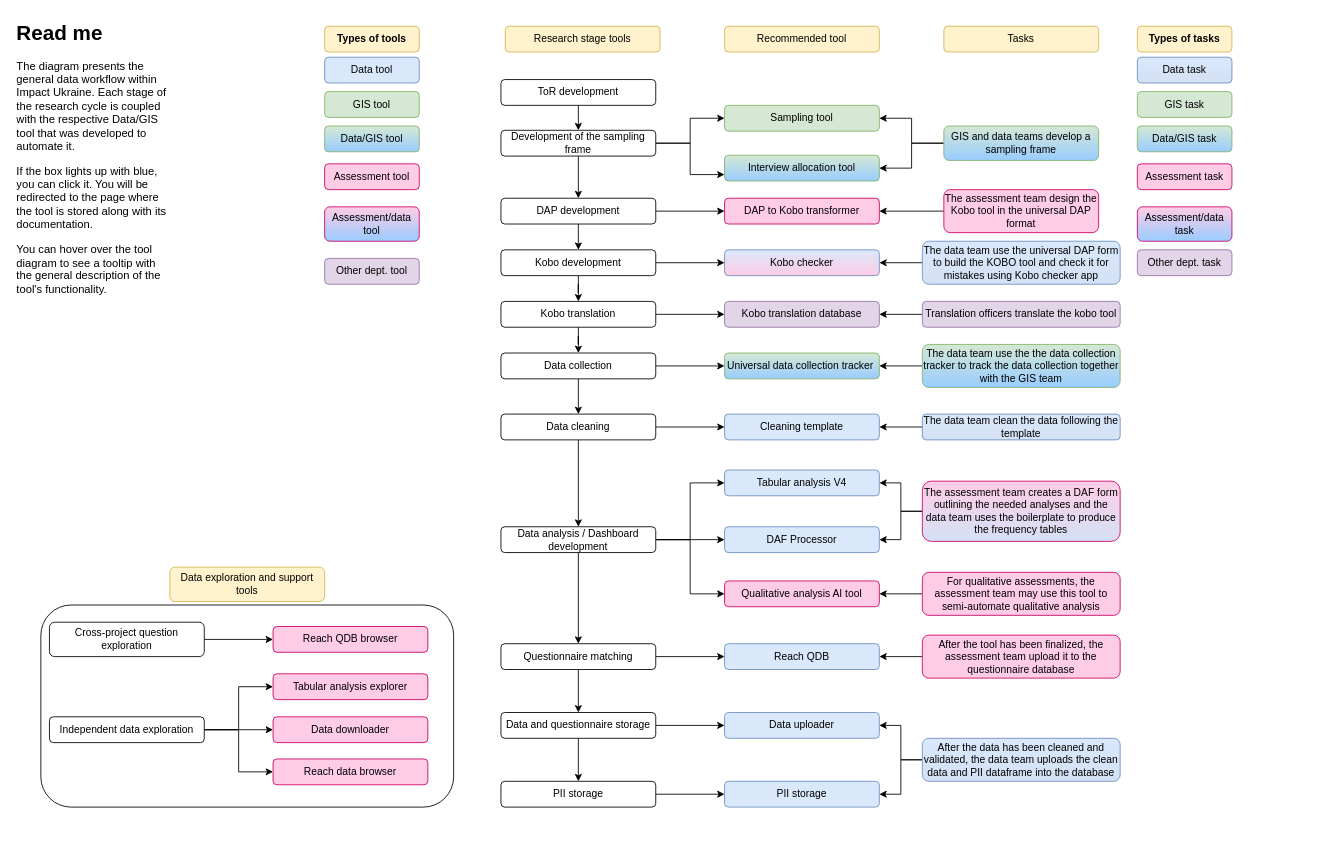
The draw.io diagram Untitled Diagram.drawio in Nestor-Ch/Data_processing_pipeline, before the edit. Source tidied: cells renumbered, new cells numbered last; positions are measured from the earlier drawing's top-left corner, leaving out a move shared by most shapes. Both pictures are drawn from the tidied source at 86%, with x=0, y=0 at pixel (15, 15).
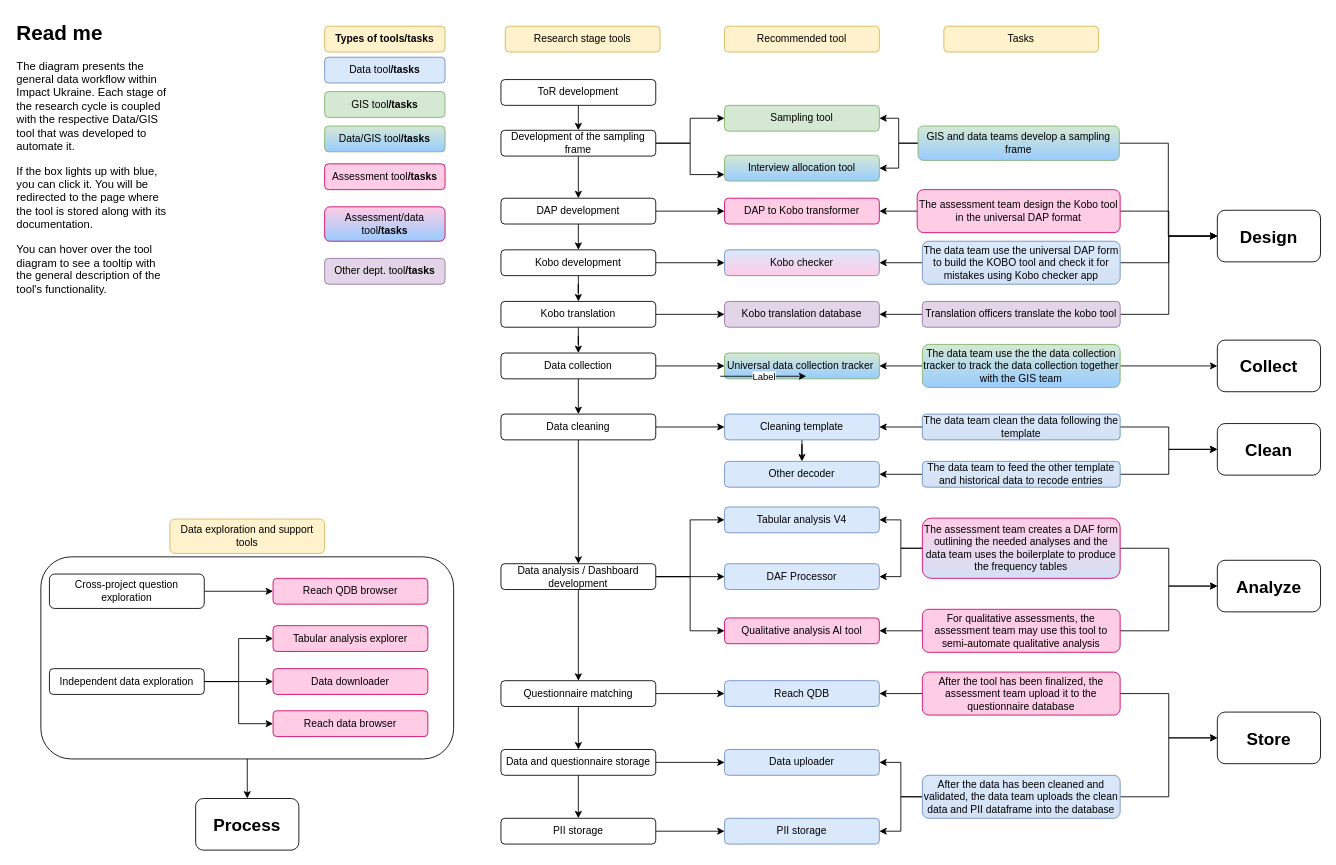
The same diagram, later.

The change refers to these unchanged cells:
```xml
<mxCell id="24" value="Cleaning template" style="rounded=1;whiteSpace=wrap;html=1;fillColor=#dae8fc;strokeColor=#6c8ebf;" parent="1" vertex="1">
  <mxGeometry x="825" y="464" width="180" height="30" as="geometry" />
</mxCell>
<mxCell id="64" value="The data team use the universal DAP form to build the KOBO tool and check it for mistakes using Kobo checker app" style="rounded=1;whiteSpace=wrap;html=1;fillColor=#dae8fc;strokeColor=#6c8ebf;gradientColor=#D4E1F5;" parent="1" vertex="1">
  <mxGeometry x="1055" y="263" width="230" height="50" as="geometry" />
</mxCell>
<mxCell id="66" value="The data team use the the data collection tracker to track the data collection together with the GIS team" style="rounded=1;whiteSpace=wrap;html=1;fillColor=#d5e8d4;strokeColor=#82b366;gradientColor=#99CCFF;" parent="1" vertex="1">
  <mxGeometry x="1055" y="383" width="230" height="50" as="geometry" />
</mxCell>
<mxCell id="68" value="The data team clean the data following the template" style="rounded=1;whiteSpace=wrap;html=1;fillColor=#dae8fc;strokeColor=#6c8ebf;gradientColor=#D4E1F5;" parent="1" vertex="1">
  <mxGeometry x="1055" y="464" width="230" height="30" as="geometry" />
</mxCell>
<mxCell id="97" value="Translation officers translate the kobo tool" style="rounded=1;whiteSpace=wrap;html=1;fillColor=#e1d5e7;strokeColor=#9673a6;" parent="1" vertex="1">
  <mxGeometry x="1055" y="333" width="230" height="30" as="geometry" />
</mxCell>
```

What changed in the source:
```diff
@@
+    <mxCell id="102" style="edgeStyle=orthogonalEdgeStyle;rounded=0;jettySize=auto;html=1;entryX=0.5;entryY=0;entryDx=0;entryDy=0;" parent="1" edge="1" source="2" target="125">
+      <mxGeometry relative="1" as="geometry" />
+    </mxCell>
     <mxCell id="2" style="rounded=1;whiteSpace=wrap;html=1;fillColor=none;" parent="1" vertex="1">
-      <mxGeometry x="30" y="686" width="480" height="235" as="geometry" />
+      <mxGeometry x="30" y="630" width="480" height="235" as="geometry" />
     </mxCell>
@@
-    <mxCell id="6" value="Data/GIS tool" style="rounded=1;whiteSpace=wrap;html=1;fillColor=#d5e8d4;strokeColor=#82b366;gradientColor=#99CCFF;" parent="1" vertex="1">
-      <mxGeometry x="360" y="129" width="110" height="30" as="geometry" />
+    <mxCell id="6" value="Data/GIS tool&lt;b&gt;/tasks&lt;/b&gt;" style="rounded=1;whiteSpace=wrap;html=1;fillColor=#d5e8d4;strokeColor=#82b366;gradientColor=#99CCFF;" parent="1" vertex="1">
+      <mxGeometry x="360" y="129" width="140" height="30" as="geometry" />
     </mxCell>
-    <mxCell id="7" value="Data tool" style="rounded=1;whiteSpace=wrap;html=1;fillColor=#dae8fc;strokeColor=#6c8ebf;" parent="1" vertex="1">
-      <mxGeometry x="360" y="49" width="110" height="30" as="geometry" />
+    <mxCell id="7" value="Data tool&lt;b&gt;/tasks&lt;/b&gt;" style="rounded=1;whiteSpace=wrap;html=1;fillColor=#dae8fc;strokeColor=#6c8ebf;" parent="1" vertex="1">
+      <mxGeometry x="360" y="49" width="140" height="30" as="geometry" />
     </mxCell>
-    <mxCell id="8" value="GIS tool" style="rounded=1;whiteSpace=wrap;html=1;fillColor=#d5e8d4;strokeColor=#82b366;" parent="1" vertex="1">
-      <mxGeometry x="360" y="89" width="110" height="30" as="geometry" />
+    <mxCell id="8" value="GIS tool&lt;b&gt;/tasks&lt;/b&gt;" style="rounded=1;whiteSpace=wrap;html=1;fillColor=#d5e8d4;strokeColor=#82b366;" parent="1" vertex="1">
+      <mxGeometry x="360" y="89" width="140" height="30" as="geometry" />
     </mxCell>
@@
+    <mxCell id="103" style="edgeStyle=orthogonalEdgeStyle;rounded=0;jettySize=auto;html=1;" parent="1" edge="1" source="24" target="114">
+      <mxGeometry relative="1" as="geometry" />
+    </mxCell>
@@
     <mxCell id="29" value="Data analysis / Dashboard development" style="rounded=1;whiteSpace=wrap;html=1;" parent="1" vertex="1">
-      <mxGeometry x="565" y="595" width="180" height="30" as="geometry" />
+      <mxGeometry x="565" y="638" width="180" height="30" as="geometry" />
     </mxCell>
@@
     <mxCell id="37" value="Tabular analysis V4" style="rounded=1;whiteSpace=wrap;html=1;fillColor=#dae8fc;strokeColor=#6c8ebf;" parent="1" vertex="1">
-      <mxGeometry x="825" y="529" width="180" height="30" as="geometry" />
+      <mxGeometry x="825" y="572" width="180" height="30" as="geometry" />
     </mxCell>
@@
     <mxCell id="40" value="Questionnaire matching" style="rounded=1;whiteSpace=wrap;html=1;" parent="1" vertex="1">
-      <mxGeometry x="565" y="731" width="180" height="30" as="geometry" />
+      <mxGeometry x="565" y="774" width="180" height="30" as="geometry" />
     </mxCell>
     <mxCell id="41" value="Reach QDB" style="rounded=1;whiteSpace=wrap;html=1;fillColor=#dae8fc;strokeColor=#6c8ebf;" parent="1" vertex="1">
-      <mxGeometry x="825" y="731" width="180" height="30" as="geometry" />
+      <mxGeometry x="825" y="774" width="180" height="30" as="geometry" />
     </mxCell>
@@
     <mxCell id="44" value="Data and questionnaire storage" style="rounded=1;whiteSpace=wrap;html=1;" parent="1" vertex="1">
-      <mxGeometry x="565" y="811" width="180" height="30" as="geometry" />
+      <mxGeometry x="565" y="854" width="180" height="30" as="geometry" />
     </mxCell>
     <mxCell id="45" value="Data uploader" style="rounded=1;whiteSpace=wrap;html=1;fillColor=#dae8fc;strokeColor=#6c8ebf;" parent="1" vertex="1">
-      <mxGeometry x="825" y="811" width="180" height="30" as="geometry" />
+      <mxGeometry x="825" y="854" width="180" height="30" as="geometry" />
     </mxCell>
@@
     <mxCell id="47" value="PII storage" style="rounded=1;whiteSpace=wrap;html=1;" parent="1" vertex="1">
-      <mxGeometry x="565" y="891" width="180" height="30" as="geometry" />
+      <mxGeometry x="565" y="934" width="180" height="30" as="geometry" />
     </mxCell>
     <mxCell id="48" value="PII storage" style="rounded=1;whiteSpace=wrap;html=1;fillColor=#dae8fc;strokeColor=#6c8ebf;" parent="1" vertex="1">
-      <mxGeometry x="825" y="891" width="180" height="30" as="geometry" />
+      <mxGeometry x="825" y="934" width="180" height="30" as="geometry" />
     </mxCell>
-    <mxCell id="49" value="&lt;b&gt;Types of tools&lt;/b&gt;" style="text;html=1;align=center;verticalAlign=middle;whiteSpace=wrap;rounded=1;strokeColor=#d6b656;fillColor=#fff2cc;" parent="1" vertex="1">
-      <mxGeometry x="360" y="13" width="110" height="30" as="geometry" />
+    <mxCell id="49" value="&lt;b&gt;Types of tools/tasks&lt;/b&gt;" style="text;html=1;align=center;verticalAlign=middle;whiteSpace=wrap;rounded=1;strokeColor=#d6b656;fillColor=#fff2cc;" parent="1" vertex="1">
+      <mxGeometry x="360" y="13" width="140" height="30" as="geometry" />
     </mxCell>
@@
-    <mxCell id="52" value="Assessment tool" style="rounded=1;whiteSpace=wrap;html=1;fillColor=#FFCCE6;strokeColor=#CC0066;" parent="1" vertex="1">
-      <mxGeometry x="360" y="173" width="110" height="30" as="geometry" />
+    <mxCell id="52" value="Assessment tool&lt;b&gt;/tasks&lt;/b&gt;" style="rounded=1;whiteSpace=wrap;html=1;fillColor=#FFCCE6;strokeColor=#CC0066;" parent="1" vertex="1">
+      <mxGeometry x="360" y="173" width="140" height="30" as="geometry" />
     </mxCell>
@@
+    <mxCell id="104" style="edgeStyle=orthogonalEdgeStyle;rounded=0;jettySize=auto;html=1;entryX=0;entryY=0.5;entryDx=0;entryDy=0;" parent="1" edge="1" source="55" target="120">
+      <mxGeometry relative="1" as="geometry" />
+    </mxCell>
     <mxCell id="55" value="GIS and data teams develop a sampling frame" style="rounded=1;whiteSpace=wrap;html=1;fillColor=#d5e8d4;strokeColor=#82b366;gradientColor=#99CCFF;" parent="1" vertex="1">
-      <mxGeometry x="1080" y="129" width="180" height="40" as="geometry" />
+      <mxGeometry x="1050" y="129" width="234" height="40" as="geometry" />
     </mxCell>
-    <mxCell id="56" value="Data/GIS task" style="rounded=1;whiteSpace=wrap;html=1;fillColor=#d5e8d4;strokeColor=#82b366;gradientColor=#99CCFF;" parent="1" vertex="1">
-      <mxGeometry x="1305" y="129" width="110" height="30" as="geometry" />
-    </mxCell>
-    <mxCell id="57" value="Data task" style="rounded=1;whiteSpace=wrap;html=1;fillColor=#dae8fc;strokeColor=#6c8ebf;gradientColor=#D4E1F5;" parent="1" vertex="1">
-      <mxGeometry x="1305" y="49" width="110" height="30" as="geometry" />
-    </mxCell>
-    <mxCell id="58" value="GIS task" style="rounded=1;whiteSpace=wrap;html=1;fillColor=#d5e8d4;strokeColor=#82b366;" parent="1" vertex="1">
-      <mxGeometry x="1305" y="89" width="110" height="30" as="geometry" />
-    </mxCell>
-    <mxCell id="59" value="&lt;b&gt;Types of tasks&lt;/b&gt;" style="text;html=1;align=center;verticalAlign=middle;whiteSpace=wrap;rounded=1;strokeColor=#d6b656;fillColor=#fff2cc;" parent="1" vertex="1">
-      <mxGeometry x="1305" y="13" width="110" height="30" as="geometry" />
-    </mxCell>
-    <mxCell id="60" value="Assessment task" style="rounded=1;whiteSpace=wrap;html=1;fillColor=#FFCCE6;strokeColor=#CC0066;" parent="1" vertex="1">
-      <mxGeometry x="1305" y="173" width="110" height="30" as="geometry" />
-    </mxCell>
@@
+    <mxCell id="105" style="edgeStyle=orthogonalEdgeStyle;rounded=0;jettySize=auto;html=1;entryX=0;entryY=0.5;entryDx=0;entryDy=0;" parent="1" edge="1" source="62" target="120">
+      <mxGeometry relative="1" as="geometry" />
+    </mxCell>
     <mxCell id="62" value="The assessment team design the Kobo tool in the universal DAP format" style="rounded=1;whiteSpace=wrap;html=1;fillColor=#FFCCE6;strokeColor=#CC0066;" parent="1" vertex="1">
-      <mxGeometry x="1080" y="203" width="180" height="50" as="geometry" />
+      <mxGeometry x="1049" y="203" width="236" height="50" as="geometry" />
     </mxCell>
@@
+    <mxCell id="106" style="edgeStyle=orthogonalEdgeStyle;rounded=0;jettySize=auto;html=1;entryX=0;entryY=0.5;entryDx=0;entryDy=0;" parent="1" edge="1" source="64" target="120">
+      <mxGeometry relative="1" as="geometry" />
+    </mxCell>
@@
+    <mxCell id="107" style="edgeStyle=orthogonalEdgeStyle;rounded=0;jettySize=auto;html=1;entryX=0;entryY=0.5;entryDx=0;entryDy=0;" parent="1" edge="1" source="66" target="121">
+      <mxGeometry relative="1" as="geometry" />
+    </mxCell>
@@
+    <mxCell id="108" style="edgeStyle=orthogonalEdgeStyle;rounded=0;jettySize=auto;html=1;" parent="1" edge="1" source="68" target="122">
+      <mxGeometry relative="1" as="geometry" />
+    </mxCell>
@@
+    <mxCell id="109" style="edgeStyle=orthogonalEdgeStyle;rounded=0;jettySize=auto;html=1;" parent="1" edge="1" source="71" target="123">
+      <mxGeometry relative="1" as="geometry" />
+    </mxCell>
     <mxCell id="71" value="The assessment team creates a DAF form outlining the needed analyses and the data team uses the boilerplate to produce the frequency tables" style="rounded=1;whiteSpace=wrap;html=1;fillColor=#FFCCE6;strokeColor=#CC0066;gradientColor=#D4E1F5;" parent="1" vertex="1">
-      <mxGeometry x="1055" y="542" width="230" height="70" as="geometry" />
+      <mxGeometry x="1055" y="585" width="230" height="70" as="geometry" />
     </mxCell>
@@
+    <mxCell id="110" style="edgeStyle=orthogonalEdgeStyle;rounded=0;jettySize=auto;html=1;entryX=0;entryY=0.5;entryDx=0;entryDy=0;" parent="1" edge="1" source="73" target="124">
+      <mxGeometry relative="1" as="geometry" />
+    </mxCell>
     <mxCell id="73" value="After the tool has been finalized, the assessment team upload it to the questionnaire database" style="rounded=1;whiteSpace=wrap;html=1;fillColor=#FFCCE6;strokeColor=#CC0066;" parent="1" vertex="1">
-      <mxGeometry x="1055" y="721" width="230" height="50" as="geometry" />
+      <mxGeometry x="1055" y="764" width="230" height="50" as="geometry" />
     </mxCell>
@@
+    <mxCell id="111" style="edgeStyle=orthogonalEdgeStyle;rounded=0;jettySize=auto;html=1;entryX=0;entryY=0.5;entryDx=0;entryDy=0;" parent="1" edge="1" source="76" target="124">
+      <mxGeometry relative="1" as="geometry" />
+    </mxCell>
     <mxCell id="76" value="After the data has been cleaned and validated, the data team uploads the clean data and PII dataframe into the database" style="rounded=1;whiteSpace=wrap;html=1;fillColor=#dae8fc;strokeColor=#6c8ebf;gradientColor=#D4E1F5;" parent="1" vertex="1">
-      <mxGeometry x="1055" y="841" width="230" height="50" as="geometry" />
+      <mxGeometry x="1055" y="884" width="230" height="50" as="geometry" />
     </mxCell>
-    <mxCell id="77" value="Other dept. tool" style="rounded=1;whiteSpace=wrap;html=1;fillColor=#e1d5e7;strokeColor=#9673a6;" parent="1" vertex="1">
-      <mxGeometry x="360" y="283" width="110" height="30" as="geometry" />
+    <mxCell id="77" value="Other dept. tool&lt;b&gt;/tasks&lt;/b&gt;" style="rounded=1;whiteSpace=wrap;html=1;fillColor=#e1d5e7;strokeColor=#9673a6;" parent="1" vertex="1">
+      <mxGeometry x="360" y="283" width="140" height="30" as="geometry" />
     </mxCell>
-    <mxCell id="78" value="Other dept. task" style="rounded=1;whiteSpace=wrap;html=1;fillColor=#e1d5e7;strokeColor=#9673a6;" parent="1" vertex="1">
-      <mxGeometry x="1305" y="273" width="110" height="30" as="geometry" />
-    </mxCell>
     <mxCell id="79" value="Data exploration and support tools" style="rounded=1;whiteSpace=wrap;html=1;fillColor=#fff2cc;strokeColor=#d6b656;" parent="1" vertex="1">
-      <mxGeometry x="180" y="642" width="180" height="40" as="geometry" />
+      <mxGeometry x="180" y="586" width="180" height="40" as="geometry" />
     </mxCell>
     <mxCell id="80" value="Tabular analysis explorer" style="rounded=1;whiteSpace=wrap;html=1;fillColor=#FFCCE6;strokeColor=#CC0066;" parent="1" vertex="1">
-      <mxGeometry x="300" y="766" width="180" height="30" as="geometry" />
+      <mxGeometry x="300" y="710" width="180" height="30" as="geometry" />
     </mxCell>
@@
     <mxCell id="84" value="Independent data exploration" style="rounded=1;whiteSpace=wrap;html=1;" parent="1" vertex="1">
-      <mxGeometry x="40" y="816" width="180" height="30" as="geometry" />
+      <mxGeometry x="40" y="760" width="180" height="30" as="geometry" />
     </mxCell>
@@
     <mxCell id="86" value="Cross-project question exploration" style="rounded=1;whiteSpace=wrap;html=1;" parent="1" vertex="1">
-      <mxGeometry x="40" y="706" width="180" height="40" as="geometry" />
+      <mxGeometry x="40" y="650" width="180" height="40" as="geometry" />
     </mxCell>
     <mxCell id="87" value="Reach QDB browser" style="rounded=1;whiteSpace=wrap;html=1;fillColor=#FFCCE6;strokeColor=#CC0066;" parent="1" vertex="1">
-      <mxGeometry x="300" y="711" width="180" height="30" as="geometry" />
+      <mxGeometry x="300" y="655" width="180" height="30" as="geometry" />
     </mxCell>
     <mxCell id="88" value="Data downloader" style="rounded=1;whiteSpace=wrap;html=1;fillColor=#FFCCE6;strokeColor=#CC0066;" parent="1" vertex="1">
-      <mxGeometry x="300" y="816" width="180" height="30" as="geometry" />
+      <mxGeometry x="300" y="760" width="180" height="30" as="geometry" />
     </mxCell>
     <mxCell id="89" value="Qualitative analysis AI tool" style="rounded=1;whiteSpace=wrap;html=1;fillColor=#FFCCE6;strokeColor=#CC0066;" parent="1" vertex="1">
-      <mxGeometry x="825" y="658" width="180" height="30" as="geometry" />
+      <mxGeometry x="825" y="701" width="180" height="30" as="geometry" />
     </mxCell>
@@
+    <mxCell id="112" style="edgeStyle=orthogonalEdgeStyle;rounded=0;jettySize=auto;html=1;entryX=0;entryY=0.5;entryDx=0;entryDy=0;" parent="1" edge="1" source="91" target="123">
+      <mxGeometry relative="1" as="geometry" />
+    </mxCell>
     <mxCell id="91" value="For qualitative assessments, the assessment team may use this tool to semi-automate qualitative analysis" style="rounded=1;whiteSpace=wrap;html=1;fillColor=#FFCCE6;strokeColor=#CC0066;" parent="1" vertex="1">
-      <mxGeometry x="1055" y="648" width="230" height="50" as="geometry" />
+      <mxGeometry x="1055" y="691" width="230" height="50" as="geometry" />
     </mxCell>
@@
+    <mxCell id="113" style="edgeStyle=orthogonalEdgeStyle;rounded=0;jettySize=auto;html=1;entryX=0;entryY=0.5;entryDx=0;entryDy=0;" parent="1" edge="1" source="97" target="120">
+      <mxGeometry relative="1" as="geometry" />
+    </mxCell>
@@
-    <mxCell id="98" value="Assessment/data task" style="rounded=1;whiteSpace=wrap;html=1;fillColor=#FFCCE6;strokeColor=#CC0066;gradientColor=#99CCFF;" parent="1" vertex="1">
-      <mxGeometry x="1305" y="223" width="110" height="40" as="geometry" />
-    </mxCell>
-    <mxCell id="99" value="Assessment/data tool" style="rounded=1;whiteSpace=wrap;html=1;fillColor=#FFCCE6;strokeColor=#CC0066;gradientColor=#99CCFF;" parent="1" vertex="1">
-      <mxGeometry x="360" y="223" width="110" height="40" as="geometry" />
+    <mxCell id="99" value="Assessment/data tool&lt;b&gt;/tasks&lt;/b&gt;" style="rounded=1;whiteSpace=wrap;html=1;fillColor=#FFCCE6;strokeColor=#CC0066;gradientColor=#99CCFF;" parent="1" vertex="1">
+      <mxGeometry x="360" y="223" width="140" height="40" as="geometry" />
     </mxCell>
     <mxCell id="100" value="Reach data browser" style="rounded=1;whiteSpace=wrap;html=1;fillColor=#FFCCE6;strokeColor=#CC0066;" parent="1" vertex="1">
-      <mxGeometry x="300" y="865" width="180" height="30" as="geometry" />
+      <mxGeometry x="300" y="809" width="180" height="30" as="geometry" />
     </mxCell>
     <mxCell id="101" value="DAF Processor" style="rounded=1;whiteSpace=wrap;html=1;fillColor=#dae8fc;strokeColor=#6c8ebf;" parent="1" vertex="1">
-      <mxGeometry x="825" y="595" width="180" height="30" as="geometry" />
+      <mxGeometry x="825" y="638" width="180" height="30" as="geometry" />
     </mxCell>
+    <mxCell id="114" value="Other decoder" style="rounded=1;whiteSpace=wrap;html=1;fillColor=#dae8fc;strokeColor=#6c8ebf;" parent="1" vertex="1">
+      <mxGeometry x="825" y="519" width="180" height="30" as="geometry" />
+    </mxCell>
+    <mxCell id="115" style="edgeStyle=orthogonalEdgeStyle;rounded=0;jettySize=auto;html=1;entryX=1;entryY=0.5;entryDx=0;entryDy=0;" parent="1" edge="1" source="117" target="114">
+      <mxGeometry relative="1" as="geometry" />
+    </mxCell>
+    <mxCell id="116" style="edgeStyle=orthogonalEdgeStyle;rounded=0;jettySize=auto;html=1;entryX=0;entryY=0.5;entryDx=0;entryDy=0;" parent="1" edge="1" source="117" target="122">
+      <mxGeometry relative="1" as="geometry" />
+    </mxCell>
+    <mxCell id="117" value="The data team to feed the other template and historical data to recode entries" style="rounded=1;whiteSpace=wrap;html=1;fillColor=#dae8fc;strokeColor=#6c8ebf;gradientColor=#D4E1F5;" parent="1" vertex="1">
+      <mxGeometry x="1055" y="519" width="230" height="30" as="geometry" />
+    </mxCell>
+    <mxCell id="118" style="endArrow=classic;html=1;rounded=0;" parent="1" edge="1">
+      <mxGeometry relative="1" as="geometry">
+        <mxPoint x="820" y="420" as="sourcePoint" />
+        <mxPoint x="920" y="420" as="targetPoint" />
+      </mxGeometry>
+    </mxCell>
+    <mxCell id="119" value="Label" style="edgeLabel;html=1;align=center;verticalAlign=middle;" parent="118" vertex="1">
+      <mxGeometry relative="1" as="geometry" />
+    </mxCell>
+    <mxCell id="120" value="&lt;font style=&quot;font-size: 20px;&quot;&gt;&lt;b&gt;Design&lt;/b&gt;&lt;/font&gt;" style="rounded=1;whiteSpace=wrap;html=1;" parent="1" vertex="1">
+      <mxGeometry x="1398" y="227" width="120" height="60" as="geometry" />
+    </mxCell>
+    <mxCell id="121" value="&lt;font style=&quot;font-size: 20px;&quot;&gt;&lt;b&gt;Collect&lt;/b&gt;&lt;/font&gt;" style="rounded=1;whiteSpace=wrap;html=1;" parent="1" vertex="1">
+      <mxGeometry x="1398" y="378" width="120" height="60" as="geometry" />
+    </mxCell>
+    <mxCell id="122" value="&lt;font style=&quot;font-size: 20px;&quot;&gt;&lt;b&gt;Clean&lt;/b&gt;&lt;/font&gt;" style="rounded=1;whiteSpace=wrap;html=1;" parent="1" vertex="1">
+      <mxGeometry x="1398" y="475" width="120" height="60" as="geometry" />
+    </mxCell>
+    <mxCell id="123" value="&lt;font style=&quot;font-size: 20px;&quot;&gt;&lt;b&gt;Analyze&lt;/b&gt;&lt;/font&gt;" style="rounded=1;whiteSpace=wrap;html=1;" parent="1" vertex="1">
+      <mxGeometry x="1398" y="634" width="120" height="60" as="geometry" />
+    </mxCell>
+    <mxCell id="124" value="&lt;font style=&quot;font-size: 20px;&quot;&gt;&lt;b&gt;Store&lt;/b&gt;&lt;/font&gt;" style="rounded=1;whiteSpace=wrap;html=1;" parent="1" vertex="1">
+      <mxGeometry x="1398" y="810.5" width="120" height="60" as="geometry" />
+    </mxCell>
+    <mxCell id="125" value="&lt;font style=&quot;font-size: 20px;&quot;&gt;&lt;b&gt;Process&lt;/b&gt;&lt;/font&gt;" style="rounded=1;whiteSpace=wrap;html=1;" parent="1" vertex="1">
+      <mxGeometry x="210" y="911" width="120" height="60" as="geometry" />
+    </mxCell>
```
